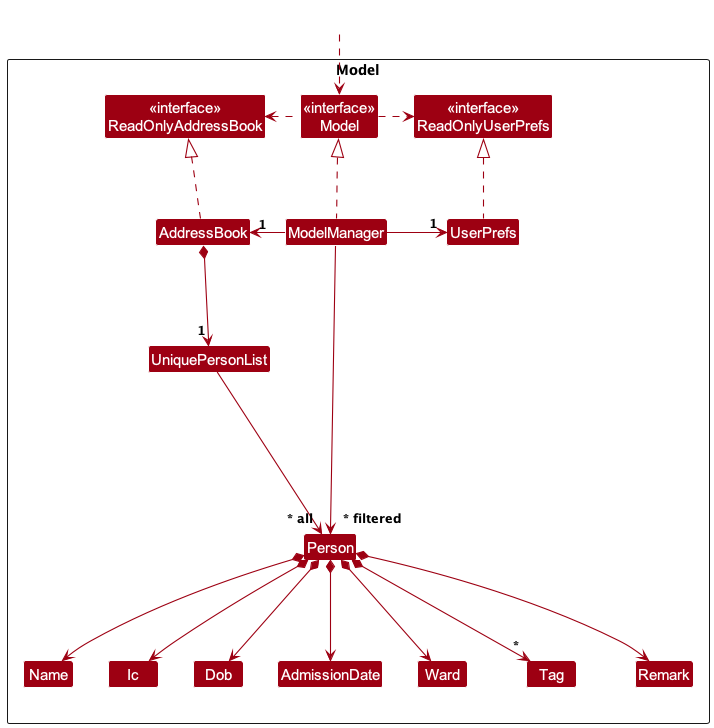
Earlier version of the PlantUML export docs/images/ModelClassDiagram.png (swtan346/tp).
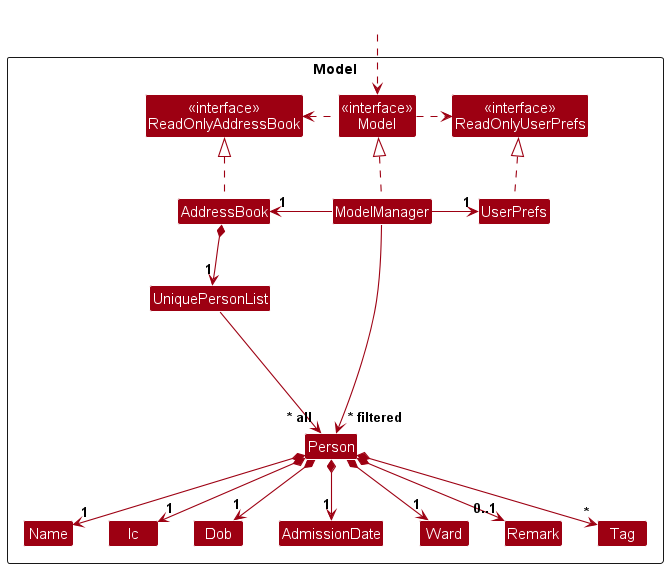
Later version of the same file.

Diff of the diagram source:
```diff
@@ -23,10 +23,6 @@
 Class Remark
 
 Class I #FFFFFF
-}
-
-Class HiddenOutside #FFFFFF
-HiddenOutside ..> Model
 
 AddressBook .up.|> ReadOnlyAddressBook
 
@@ -39,12 +35,12 @@
 
 AddressBook *--> "1" UniquePersonList
 UniquePersonList --> "~* all" Person
-Person *--> Name
-Person *--> Ic
-Person *--> AdmissionDate
-Person *--> Dob
-Person *--> Ward
-Person *--> Remark
+Person *--> "1" Name
+Person *--> "1" Ic
+Person *--> "1" AdmissionDate
+Person *--> "1" Dob
+Person *--> "1" Ward
+Person *--> "0..1" Remark
 Person *--> "*" Tag
 
 Person -[hidden]up--> I
@@ -53,6 +49,12 @@
 Name -[hidden]right-> Ic
 Ic -[hidden]right-> Dob
 Dob -[hidden]right-> AdmissionDate
+AdmissionDate -[hidden]right-> Ward
+Ward -[hidden]right-> Remark
 
 ModelManager --> "~* filtered" Person
+}
+
+Class HiddenOutside #FFFFFF
+HiddenOutside ..> Model
 @enduml
```
